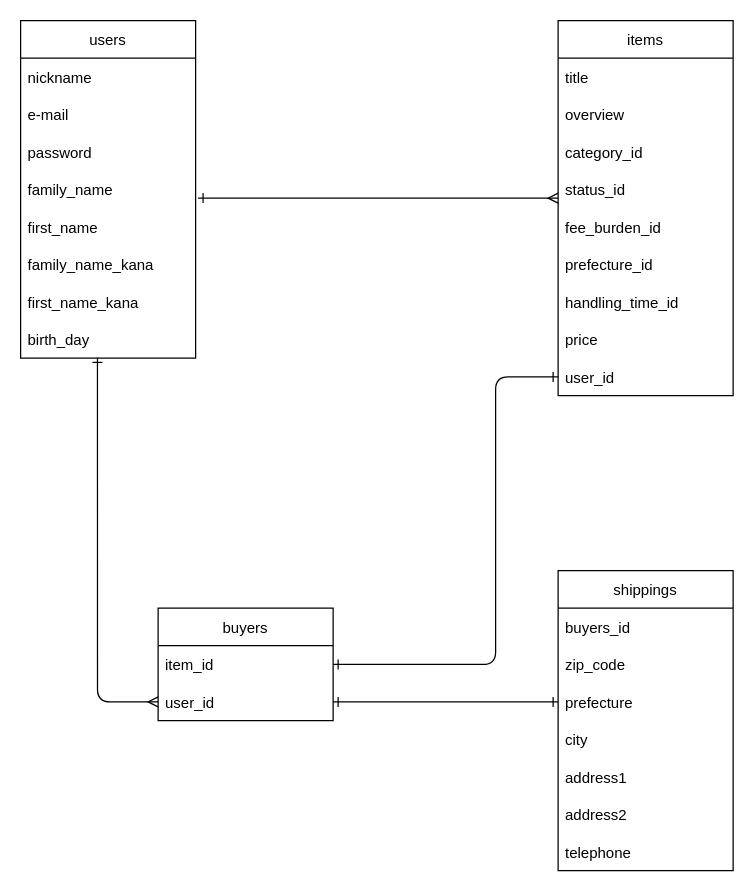
The draw.io diagram furima.dio in Office-asami/furima-37704, before the edit. Source tidied: cells renumbered, new cells numbered last; positions are measured from the earlier drawing's top-left corner, leaving out a move shared by most shapes. Both pictures are drawn from the tidied source at 125%, with x=0, y=0 at pixel (20, 20).
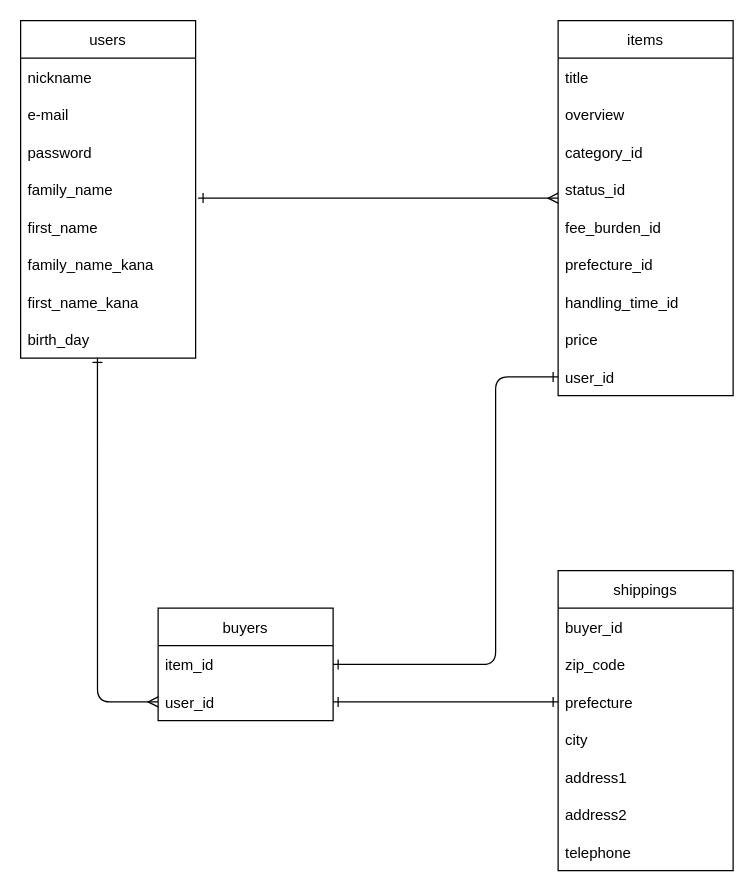
After the change.

Commit message:
データベース設計#3_修正

Unchanged cells that the change refers to:
```xml
<mxCell id="27" value="shippings" style="swimlane;fontStyle=0;horizontal=1;startSize=30;" parent="1" vertex="1">
  <mxGeometry x="430" y="440" width="140" height="240" as="geometry" />
</mxCell>
```

Diff of the diagram source:
```diff
@@
-    <mxCell id="28" value="buyers_id" style="text;strokeColor=none;fillColor=none;align=left;verticalAlign=middle;spacingLeft=4;spacingRight=4;overflow=hidden;" parent="27" vertex="1">
+    <mxCell id="28" value="buyer_id" style="text;strokeColor=none;fillColor=none;align=left;verticalAlign=middle;spacingLeft=4;spacingRight=4;overflow=hidden;" parent="27" vertex="1">
       <mxGeometry y="30" width="140" height="30" as="geometry" />
     </mxCell>
```
